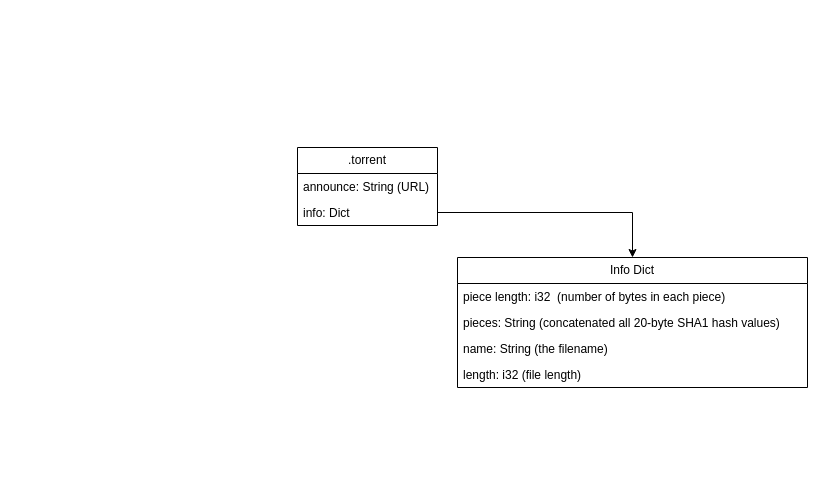
dimerz-tech/draw.io keeps this draw.io diagram as BitTorrent.drawio. Above is the earlier version. Source tidied: cells renumbered, new cells numbered last; positions are measured from the earlier drawing's top-left corner, leaving out a move shared by most shapes. Both pictures are drawn from the tidied source at 100%, with x=0, y=0 at pixel (297, 147).
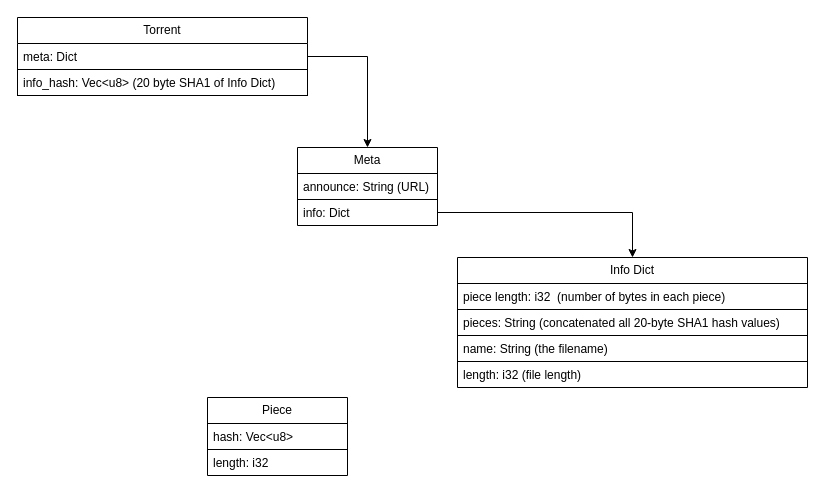
After the change.

The edit, as a diff of the source:
```diff
@@
 <mxGraphModel>
   <root>
     <mxCell id="0" />
     <mxCell id="1" parent="0" />
-    <mxCell id="2" value=".torrent" style="swimlane;fontStyle=0;horizontal=1;startSize=26;fillColor=none;whiteSpace=wrap;html=1;" parent="1" vertex="1">
+    <mxCell id="2" value="Meta" style="swimlane;fontStyle=0;horizontal=1;startSize=26;fillColor=none;whiteSpace=wrap;html=1;" parent="1" vertex="1">
       <mxGeometry width="140" height="78" as="geometry" />
     </mxCell>
-    <mxCell id="3" value="announce: String (URL)" style="text;strokeColor=none;fillColor=none;align=left;verticalAlign=top;spacingLeft=4;spacingRight=4;overflow=hidden;whiteSpace=wrap;html=1;" parent="2" vertex="1">
+    <mxCell id="3" value="announce: String (URL)" style="text;strokeColor=default;fillColor=none;align=left;verticalAlign=top;spacingLeft=4;spacingRight=4;overflow=hidden;whiteSpace=wrap;html=1;" parent="2" vertex="1">
       <mxGeometry y="26" width="140" height="26" as="geometry" />
     </mxCell>
     <mxCell id="4" value="info: Dict" style="text;strokeColor=none;fillColor=none;align=left;verticalAlign=top;spacingLeft=4;spacingRight=4;overflow=hidden;points=[[0,0.5],[1,0.5]];portConstraint=eastwest;whiteSpace=wrap;html=1;" parent="2" vertex="1">
       <mxGeometry y="52" width="140" height="26" as="geometry" />
     </mxCell>
     <mxCell id="5" value="Info Dict" style="swimlane;fontStyle=0;horizontal=1;startSize=26;fillColor=none;whiteSpace=wrap;html=1;" parent="1" vertex="1">
       <mxGeometry x="160" y="110" width="350" height="130" as="geometry" />
     </mxCell>
-    <mxCell id="6" value="piece length: i32 &amp;nbsp;(number of bytes in each piece)" style="text;strokeColor=none;fillColor=none;align=left;verticalAlign=top;spacingLeft=4;spacingRight=4;overflow=hidden;whiteSpace=wrap;html=1;" parent="5" vertex="1">
+    <mxCell id="6" value="piece length: i32 &amp;nbsp;(number of bytes in each piece)" style="text;strokeColor=default;fillColor=none;align=left;verticalAlign=top;spacingLeft=4;spacingRight=4;overflow=hidden;whiteSpace=wrap;html=1;" parent="5" vertex="1">
       <mxGeometry y="26" width="350" height="26" as="geometry" />
     </mxCell>
-    <mxCell id="7" value="pieces: String (concatenated&amp;nbsp;all 20-byte SHA1 hash values)" style="text;strokeColor=none;fillColor=none;align=left;verticalAlign=top;spacingLeft=4;spacingRight=4;overflow=hidden;whiteSpace=wrap;html=1;" parent="5" vertex="1">
+    <mxCell id="7" value="pieces: String (concatenated&amp;nbsp;all 20-byte SHA1 hash values)" style="text;strokeColor=default;fillColor=none;align=left;verticalAlign=top;spacingLeft=4;spacingRight=4;overflow=hidden;whiteSpace=wrap;html=1;" parent="5" vertex="1">
       <mxGeometry y="52" width="350" height="26" as="geometry" />
     </mxCell>
-    <mxCell id="8" value="name: String (the filename)" style="text;strokeColor=none;fillColor=none;align=left;verticalAlign=top;spacingLeft=4;spacingRight=4;overflow=hidden;whiteSpace=wrap;html=1;" parent="5" vertex="1">
+    <mxCell id="8" value="name: String (the filename)" style="text;strokeColor=default;fillColor=none;align=left;verticalAlign=top;spacingLeft=4;spacingRight=4;overflow=hidden;whiteSpace=wrap;html=1;" parent="5" vertex="1">
       <mxGeometry y="78" width="350" height="26" as="geometry" />
     </mxCell>
     <mxCell id="9" value="length: i32 (file length)" style="text;strokeColor=none;fillColor=none;align=left;verticalAlign=top;spacingLeft=4;spacingRight=4;overflow=hidden;whiteSpace=wrap;html=1;" parent="5" vertex="1">
       <mxGeometry y="104" width="350" height="26" as="geometry" />
     </mxCell>
     <mxCell id="10" style="edgeStyle=orthogonalEdgeStyle;rounded=0;jettySize=auto;html=1;entryX=0.5;entryY=0;entryDx=0;entryDy=0;" parent="1" edge="1" source="4" target="5">
       <mxGeometry relative="1" as="geometry" />
     </mxCell>
+    <mxCell id="11" value="Piece" style="swimlane;fontStyle=0;horizontal=1;startSize=26;fillColor=none;whiteSpace=wrap;html=1;" parent="1" vertex="1">
+      <mxGeometry x="-90" y="250" width="140" height="78" as="geometry" />
+    </mxCell>
+    <mxCell id="12" value="hash: Vec&amp;lt;u8&amp;gt;" style="text;strokeColor=default;fillColor=none;align=left;verticalAlign=top;spacingLeft=4;spacingRight=4;overflow=hidden;whiteSpace=wrap;html=1;" parent="11" vertex="1">
+      <mxGeometry y="26" width="140" height="26" as="geometry" />
+    </mxCell>
+    <mxCell id="13" value="length: i32" style="text;strokeColor=none;fillColor=none;align=left;verticalAlign=top;spacingLeft=4;spacingRight=4;overflow=hidden;whiteSpace=wrap;html=1;" parent="11" vertex="1">
+      <mxGeometry y="52" width="140" height="26" as="geometry" />
+    </mxCell>
+    <mxCell id="14" value="Torrent" style="swimlane;fontStyle=0;horizontal=1;startSize=26;fillColor=none;whiteSpace=wrap;html=1;" parent="1" vertex="1">
+      <mxGeometry x="-280" y="-130" width="290" height="78" as="geometry" />
+    </mxCell>
+    <mxCell id="15" value="meta: Dict" style="text;strokeColor=none;fillColor=none;align=left;verticalAlign=top;spacingLeft=4;spacingRight=4;overflow=hidden;points=[[0,0.5],[1,0.5]];portConstraint=eastwest;whiteSpace=wrap;html=1;labelBorderColor=none;" parent="14" vertex="1">
+      <mxGeometry y="26" width="290" height="26" as="geometry" />
+    </mxCell>
+    <mxCell id="16" value="info_hash: Vec&amp;lt;u8&amp;gt; (20 byte SHA1 of Info Dict)&amp;nbsp;" style="text;strokeColor=default;fillColor=none;align=left;verticalAlign=top;spacingLeft=4;spacingRight=4;overflow=hidden;whiteSpace=wrap;html=1;" parent="14" vertex="1">
+      <mxGeometry y="52" width="290" height="26" as="geometry" />
+    </mxCell>
+    <mxCell id="17" style="edgeStyle=orthogonalEdgeStyle;rounded=0;jettySize=auto;html=1;entryX=0.5;entryY=0;entryDx=0;entryDy=0;" parent="1" edge="1" source="15" target="2">
+      <mxGeometry relative="1" as="geometry" />
+    </mxCell>
   </root>
 </mxGraphModel>
```
